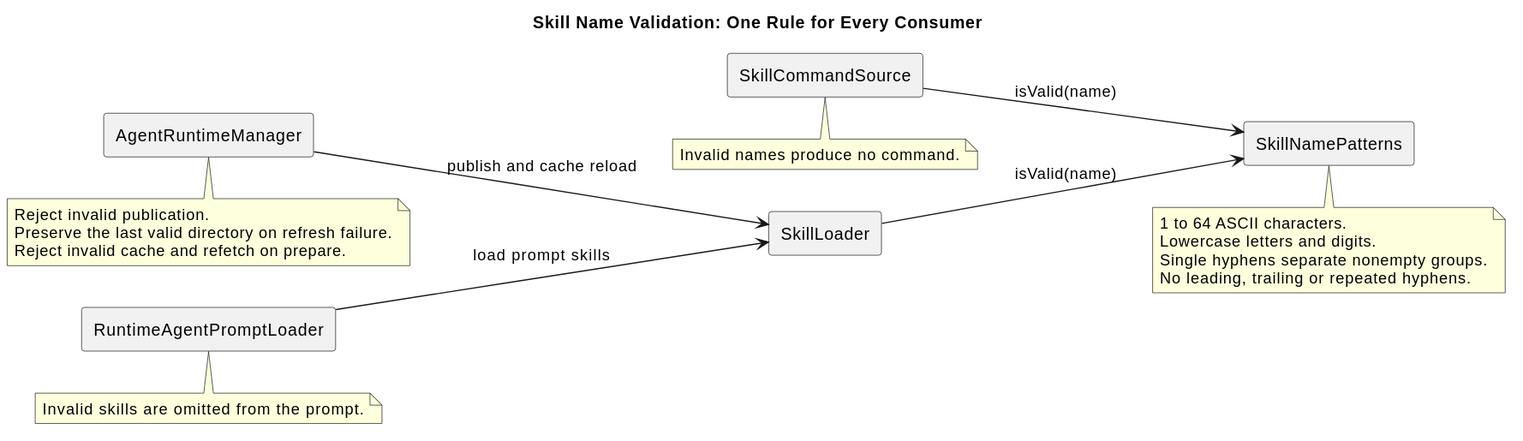
This is docs/designs/skill-name-validation/skill_name_validation.svg from 2862282695gjh-afk/pi-mono-java, a PlantUML export, as it was before one commit.
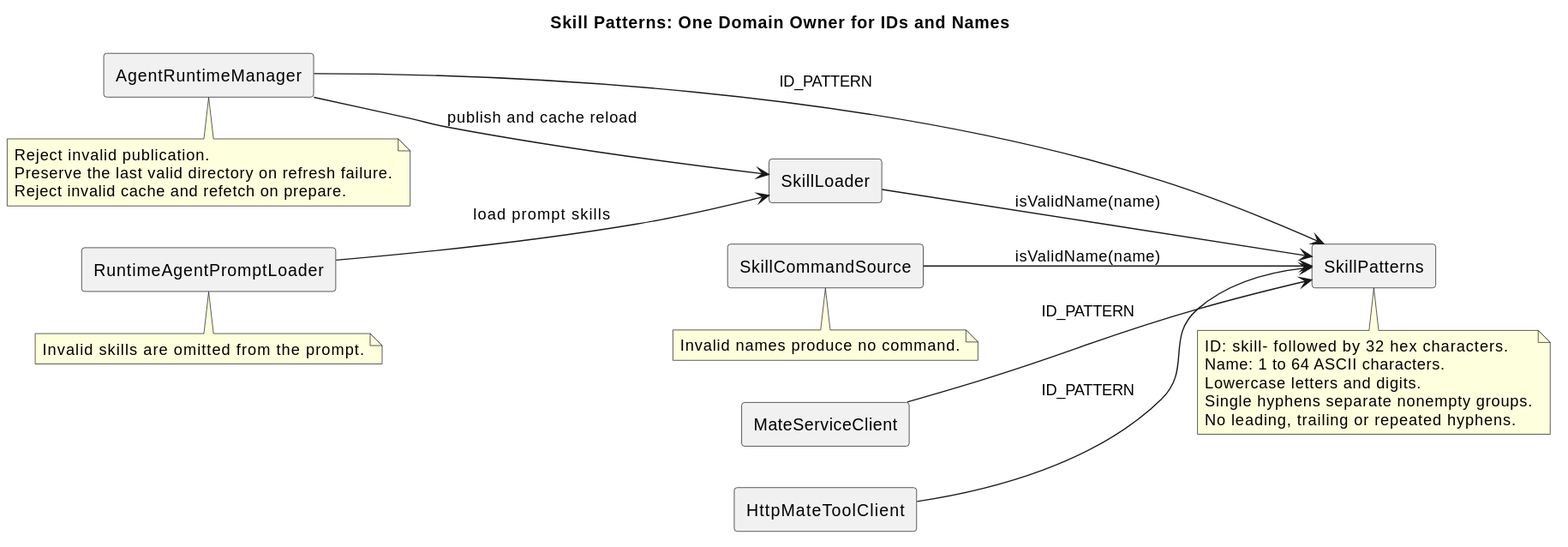
The same file after the commit.

The edit, as a diff of the source:
```diff
@@ -1,5 +1,5 @@
 @startuml
-title Skill Name Validation: One Rule for Every Consumer
+title Skill Patterns: One Domain Owner for IDs and Names
 skinparam shadowing false
 skinparam componentStyle rectangle
 left to right direction
@@ -7,13 +7,19 @@
 component RuntimeAgentPromptLoader as Prompt
 component SkillLoader as Loader
 component SkillCommandSource as Commands
-component SkillNamePatterns as Names
+component SkillPatterns as Patterns
+component MateServiceClient as MetadataClient
+component HttpMateToolClient as ToolClient
 Runtime --> Loader : publish and cache reload
 Prompt --> Loader : load prompt skills
-Loader --> Names : isValid(name)
-Commands --> Names : isValid(name)
-note bottom of Names
-1 to 64 ASCII characters.
+Loader --> Patterns : isValidName(name)
+Commands --> Patterns : isValidName(name)
+Runtime --> Patterns : ID_PATTERN
+MetadataClient --> Patterns : ID_PATTERN
+ToolClient --> Patterns : ID_PATTERN
+note bottom of Patterns
+ID: skill- followed by 32 hex characters.
+Name: 1 to 64 ASCII characters.
 Lowercase letters and digits.
 Single hyphens separate nonempty groups.
 No leading, trailing or repeated hyphens.
```
